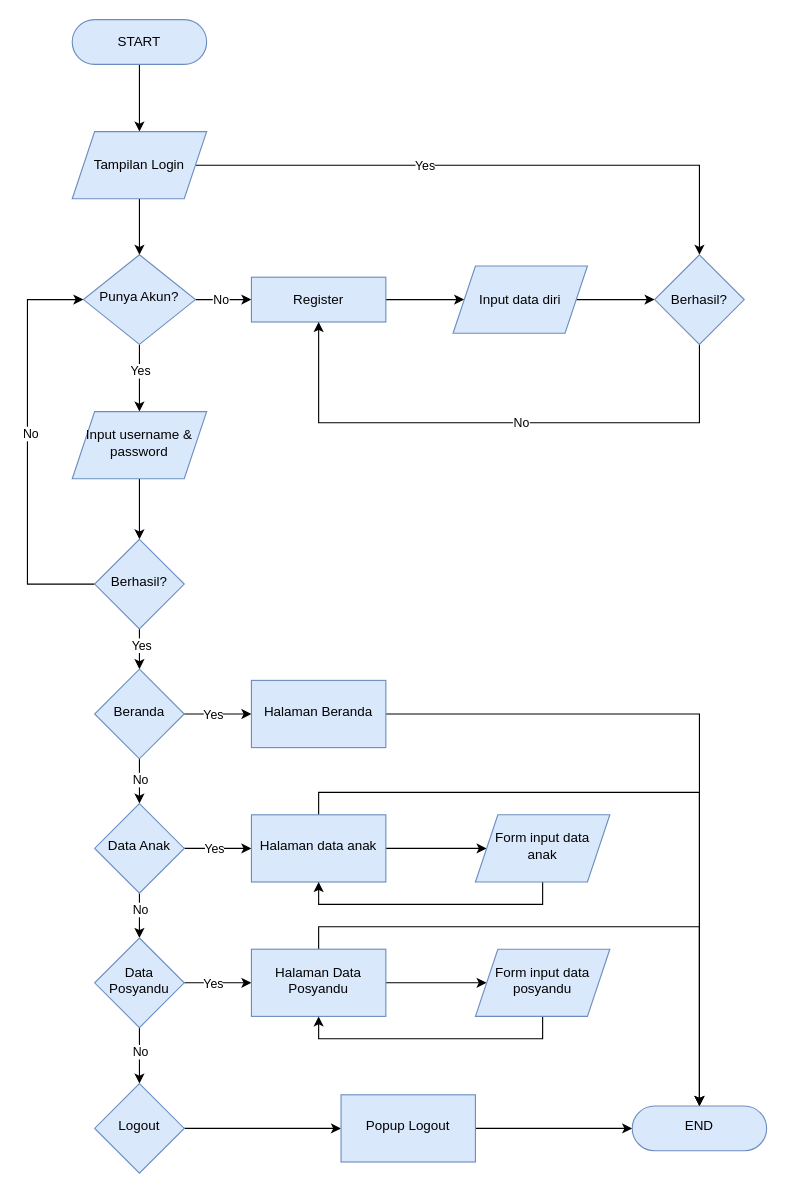
ferihidayat/cdn keeps this draw.io diagram as Untitled Diagram.drawio. Above is the earlier version. Source tidied: cells renumbered, new cells numbered last; positions are measured from the earlier drawing's top-left corner, leaving out a move shared by most shapes. Both pictures are drawn from the tidied source at 112%, with x=0, y=0 at pixel (27, 19).
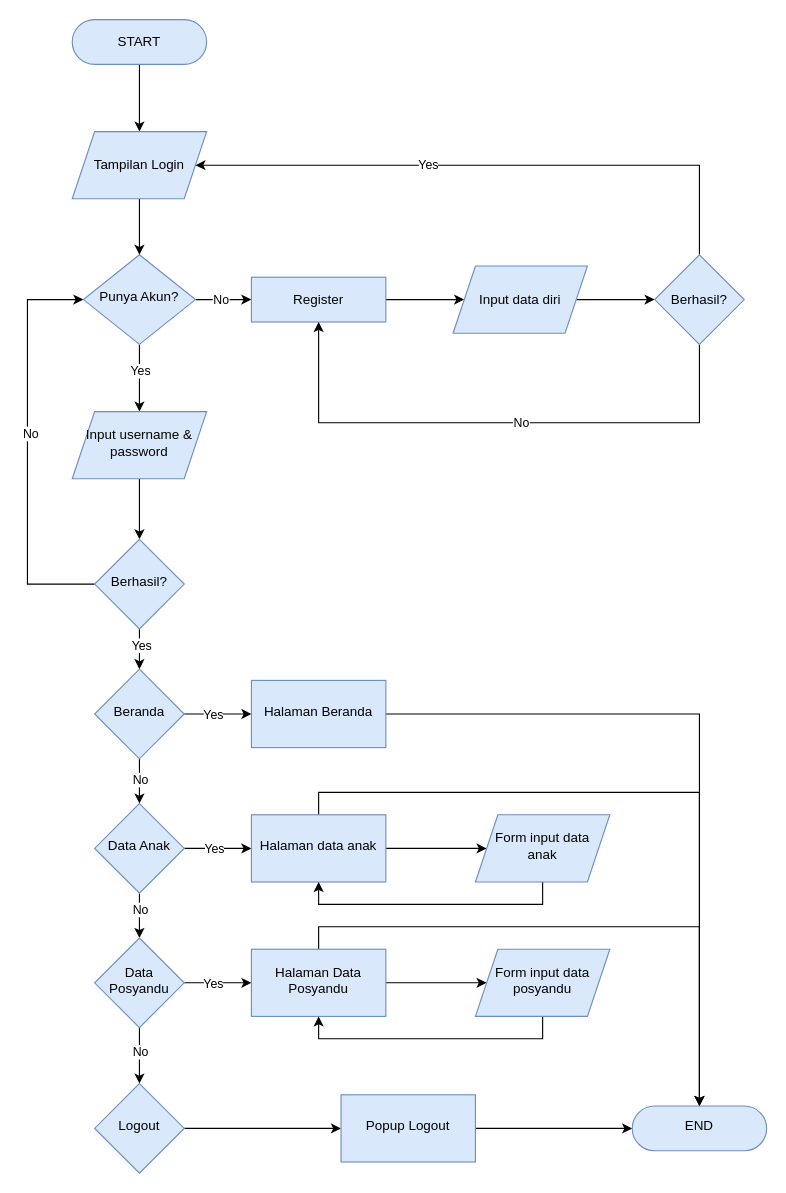
The same diagram, later.

Unchanged cells that the change refers to:
```xml
<mxCell id="14" value="Tampilan Login" style="shape=parallelogram;perimeter=parallelogramPerimeter;whiteSpace=wrap;html=1;fixedSize=1;rounded=0;fillColor=#dae8fc;strokeColor=#6c8ebf;" parent="1" vertex="1">
  <mxGeometry x="40" y="100" width="120" height="60" as="geometry" />
</mxCell>
<mxCell id="19" value="Berhasil?" style="rhombus;whiteSpace=wrap;html=1;fillColor=#dae8fc;strokeColor=#6c8ebf;rounded=0;glass=0;strokeWidth=1;shadow=0;" parent="1" vertex="1">
  <mxGeometry x="560" y="210" width="80" height="80" as="geometry" />
</mxCell>
```

The edit, as a diff of the source:
```diff
@@
-    <mxCell id="12" style="edgeStyle=orthogonalEdgeStyle;rounded=0;jettySize=auto;html=1;entryX=0.5;entryY=0;entryDx=0;entryDy=0;" parent="1" edge="1" source="14" target="19">
-      <mxGeometry relative="1" as="geometry" />
-    </mxCell>
-    <mxCell id="13" value="Yes" style="edgeLabel;html=1;align=center;verticalAlign=middle;" parent="12" vertex="1">
-      <mxGeometry x="-0.23" relative="1" as="geometry" />
-    </mxCell>
@@
+    <mxCell id="59" style="edgeStyle=orthogonalEdgeStyle;rounded=0;jettySize=auto;html=1;entryX=1;entryY=0.5;entryDx=0;entryDy=0;" parent="1" edge="1" source="19" target="14">
+      <mxGeometry relative="1" as="geometry">
+        <Array as="points">
+          <mxPoint x="600" y="130" />
+        </Array>
+      </mxGeometry>
+    </mxCell>
+    <mxCell id="13" value="Yes" style="edgeLabel;html=1;align=center;verticalAlign=middle;" parent="59" vertex="1">
+      <mxGeometry x="0.22" y="-1" relative="1" as="geometry" />
+    </mxCell>
```
